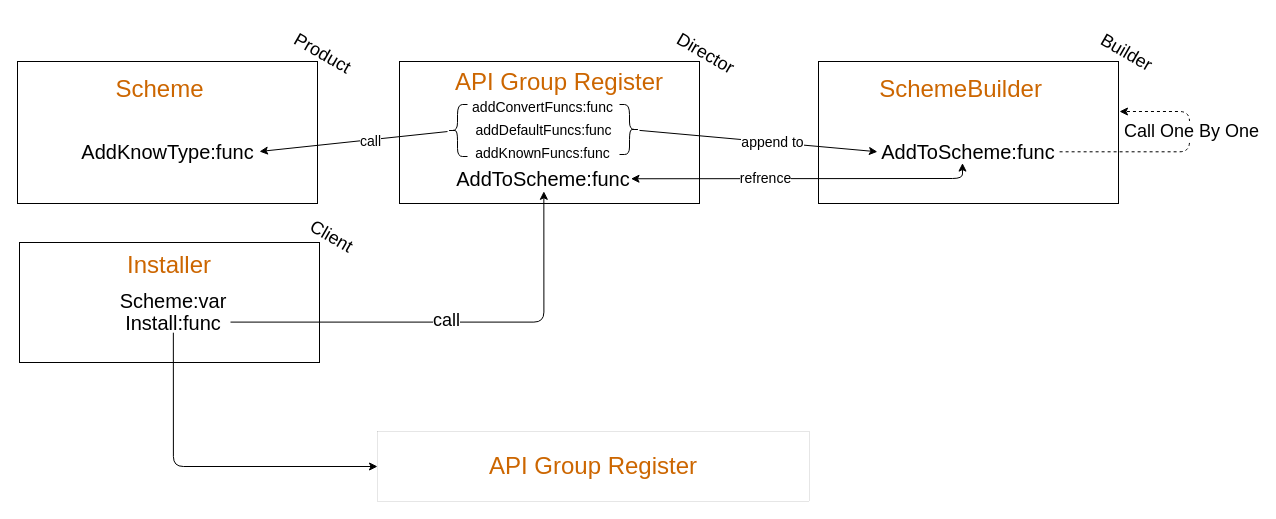
brook-w/image-hosting keeps this draw.io diagram as k8s/xmind/api-server-scheme-fill.drawio. Above is the earlier version. Source tidied: cells renumbered, new cells numbered last; positions are measured from the earlier drawing's top-left corner, leaving out a move shared by most shapes. Both pictures are drawn from the tidied source at 100%, with x=0, y=0 at pixel (17, 37).
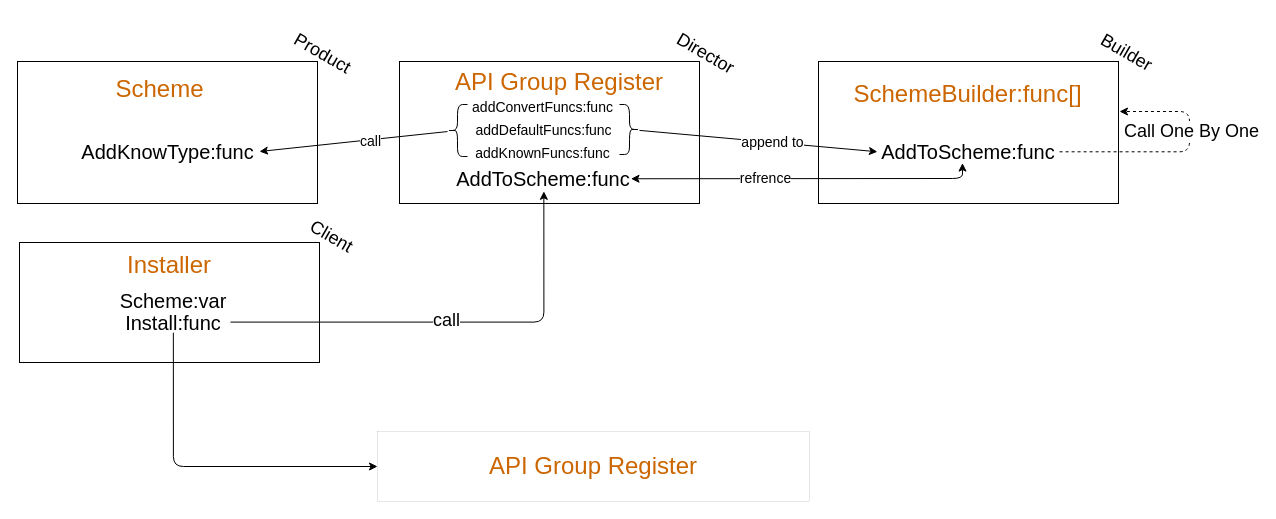
Above is the later version.

Unchanged cells that the change refers to:
```xml
<mxCell id="15" style="group;" parent="1" vertex="1">
  <mxGeometry x="801" y="24" width="350" height="142" as="geometry" />
</mxCell>
```

The edit, as a diff of the source:
```diff
@@
-    <mxCell id="18" value="&lt;font style=&quot;font-size: 24px&quot; color=&quot;#cc6600&quot;&gt;SchemeBuilder&lt;/font&gt;" style="text;html=1;strokeColor=none;fillColor=none;align=center;verticalAlign=middle;whiteSpace=wrap;rounded=0;" parent="15" vertex="1">
-      <mxGeometry x="117.6" y="15" width="48.6" height="25.1" as="geometry" />
+    <mxCell id="18" value="&lt;font style=&quot;font-size: 24px&quot; color=&quot;#cc6600&quot;&gt;SchemeBuilder:func[]&lt;/font&gt;" style="text;html=1;strokeColor=none;fillColor=none;align=center;verticalAlign=middle;whiteSpace=wrap;rounded=0;" parent="15" vertex="1">
+      <mxGeometry x="22.4" y="20" width="255.1" height="25.1" as="geometry" />
     </mxCell>
```
